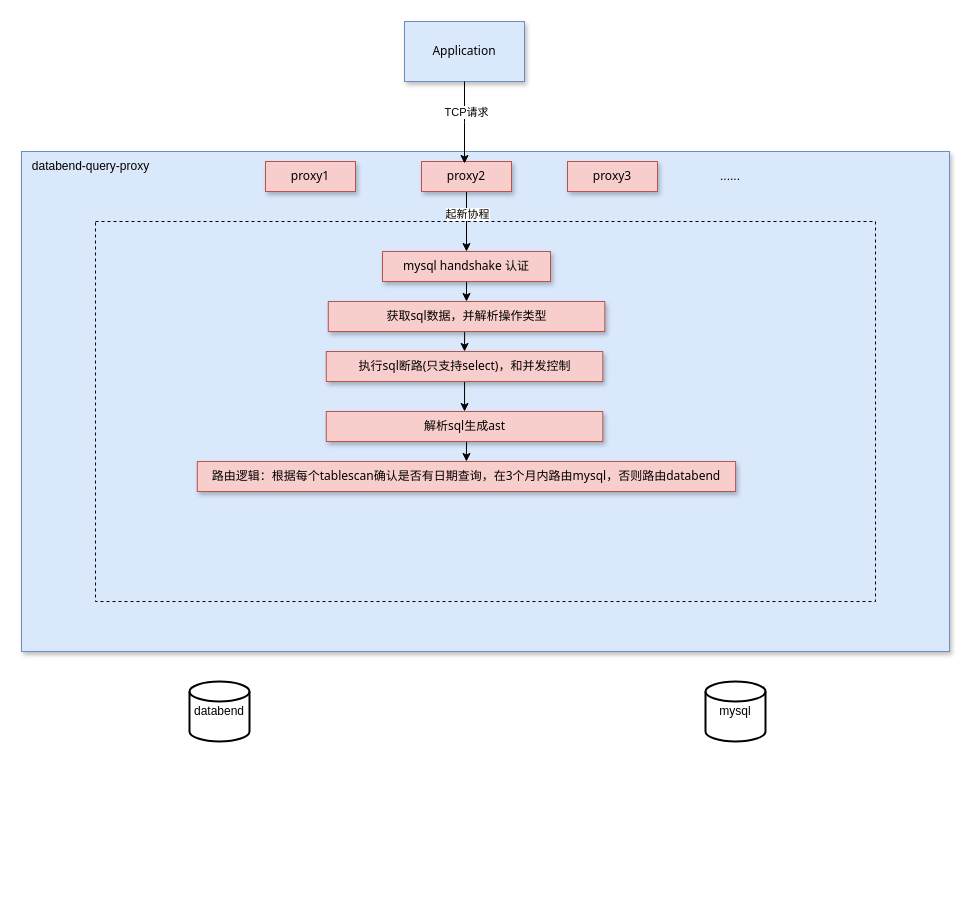
The draw.io diagram doc/databend-mysql-proxy方案.drawio in jackjoesh/databend, before the edit. Source tidied: cells renumbered, new cells numbered last; positions are measured from the earlier drawing's top-left corner, leaving out a move shared by most shapes. Both pictures are drawn from the tidied source at 100%, with x=0, y=0 at pixel (19, 21).
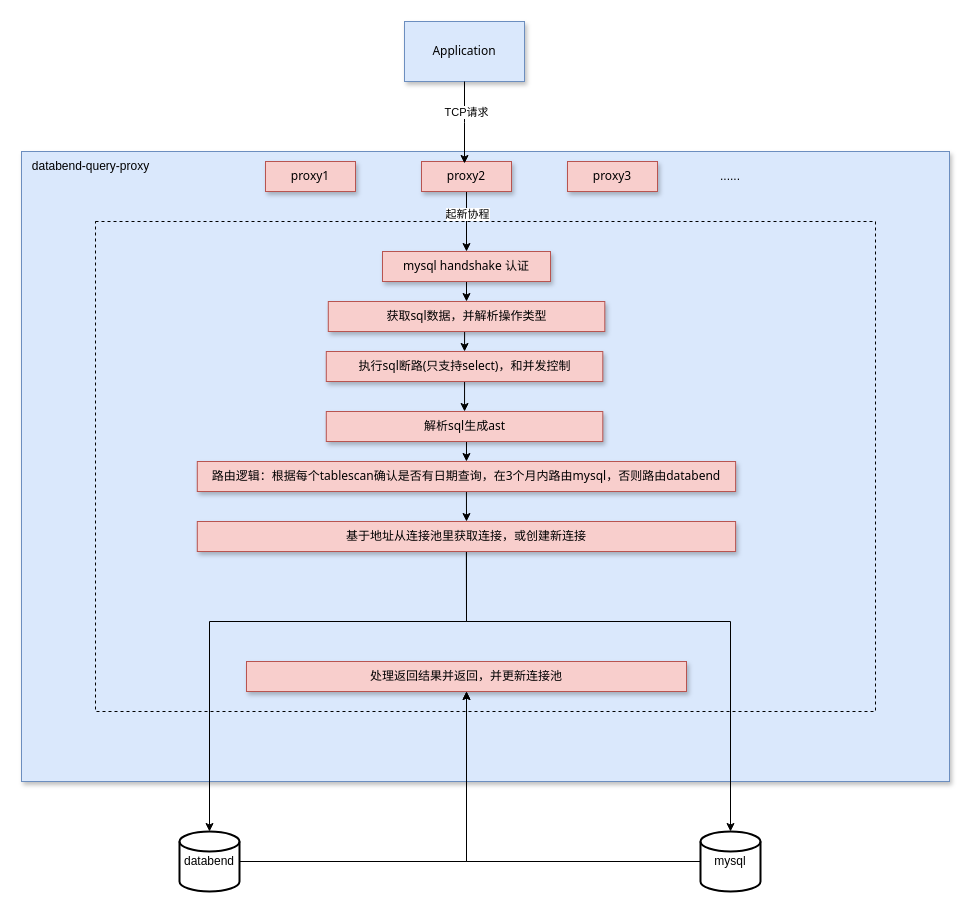
The same diagram, later.

The change refers to these unchanged cells:
```xml
<mxCell id="24" value="路由逻辑：根据每个tablescan确认是否有日期查询，在3个月内路由mysql，否则路由databend" style="rounded=0;whiteSpace=wrap;html=1;fillColor=#f8cecc;strokeColor=#b85450;shadow=1;fontFamily=Tahoma;" parent="1" vertex="1">
  <mxGeometry x="177.8" y="440" width="538.3" height="30" as="geometry" />
</mxCell>
```

What changed in the source:
```diff
@@
     <mxCell id="3" style="rounded=0;whiteSpace=wrap;html=1;fillColor=#dae8fc;strokeColor=#6c8ebf;shadow=1;fontFamily=Tahoma;" parent="1" vertex="1">
-      <mxGeometry x="2" y="130" width="928" height="500" as="geometry" />
+      <mxGeometry x="2" y="130" width="928" height="630" as="geometry" />
     </mxCell>
@@
+    <mxCell id="25" style="edgeStyle=orthogonalEdgeStyle;rounded=0;jettySize=auto;html=1;exitX=1;exitY=0.5;exitDx=0;exitDy=0;exitPerimeter=0;" parent="1" edge="1" source="5" target="31">
+      <mxGeometry relative="1" as="geometry" />
+    </mxCell>
     <mxCell id="5" value="databend" style="strokeWidth=2;html=1;shape=mxgraph.flowchart.database;whiteSpace=wrap;" parent="1" vertex="1">
-      <mxGeometry x="170" y="660" width="60" height="60" as="geometry" />
+      <mxGeometry x="160" y="810" width="60" height="60" as="geometry" />
     </mxCell>
+    <mxCell id="26" style="edgeStyle=orthogonalEdgeStyle;rounded=0;jettySize=auto;html=1;exitX=0;exitY=0.5;exitDx=0;exitDy=0;exitPerimeter=0;entryX=0.5;entryY=1;entryDx=0;entryDy=0;" parent="1" edge="1" source="6" target="31">
+      <mxGeometry relative="1" as="geometry" />
+    </mxCell>
     <mxCell id="6" value="mysql" style="strokeWidth=2;html=1;shape=mxgraph.flowchart.database;whiteSpace=wrap;" parent="1" vertex="1">
-      <mxGeometry x="686" y="660" width="60" height="60" as="geometry" />
+      <mxGeometry x="681" y="810" width="60" height="60" as="geometry" />
     </mxCell>
@@
     <mxCell id="15" style="rounded=0;whiteSpace=wrap;html=1;fillColor=none;dashed=1;" parent="1" vertex="1">
-      <mxGeometry x="76" y="200" width="780" height="380" as="geometry" />
+      <mxGeometry x="76" y="200" width="780" height="490" as="geometry" />
     </mxCell>
@@
+    <mxCell id="27" style="edgeStyle=orthogonalEdgeStyle;rounded=0;jettySize=auto;html=1;exitX=0.5;exitY=1;exitDx=0;exitDy=0;entryX=0.5;entryY=0;entryDx=0;entryDy=0;" parent="1" edge="1" source="24">
+      <mxGeometry relative="1" as="geometry">
+        <mxPoint x="447" y="500" as="targetPoint" />
+      </mxGeometry>
+    </mxCell>
@@
+    <mxCell id="28" style="edgeStyle=orthogonalEdgeStyle;rounded=0;jettySize=auto;html=1;exitX=0.5;exitY=1;exitDx=0;exitDy=0;" parent="1" edge="1" source="30" target="6">
+      <mxGeometry relative="1" as="geometry">
+        <Array as="points">
+          <mxPoint x="447" y="600" />
+          <mxPoint x="711" y="600" />
+        </Array>
+      </mxGeometry>
+    </mxCell>
+    <mxCell id="29" style="edgeStyle=orthogonalEdgeStyle;rounded=0;jettySize=auto;html=1;exitX=0.5;exitY=1;exitDx=0;exitDy=0;" parent="1" edge="1" source="30" target="5">
+      <mxGeometry relative="1" as="geometry">
+        <Array as="points">
+          <mxPoint x="447" y="600" />
+          <mxPoint x="190" y="600" />
+        </Array>
+      </mxGeometry>
+    </mxCell>
+    <mxCell id="30" value="基于地址从连接池里获取连接，或创建新连接" style="rounded=0;whiteSpace=wrap;html=1;fillColor=#f8cecc;strokeColor=#b85450;shadow=1;fontFamily=Tahoma;" parent="1" vertex="1">
+      <mxGeometry x="177.8" y="500" width="538.3" height="30" as="geometry" />
+    </mxCell>
+    <mxCell id="31" value="处理返回结果并返回，并更新连接池" style="rounded=0;whiteSpace=wrap;html=1;fillColor=#f8cecc;strokeColor=#b85450;shadow=1;fontFamily=Tahoma;" parent="1" vertex="1">
+      <mxGeometry x="227" y="640" width="440" height="30" as="geometry" />
+    </mxCell>
```
